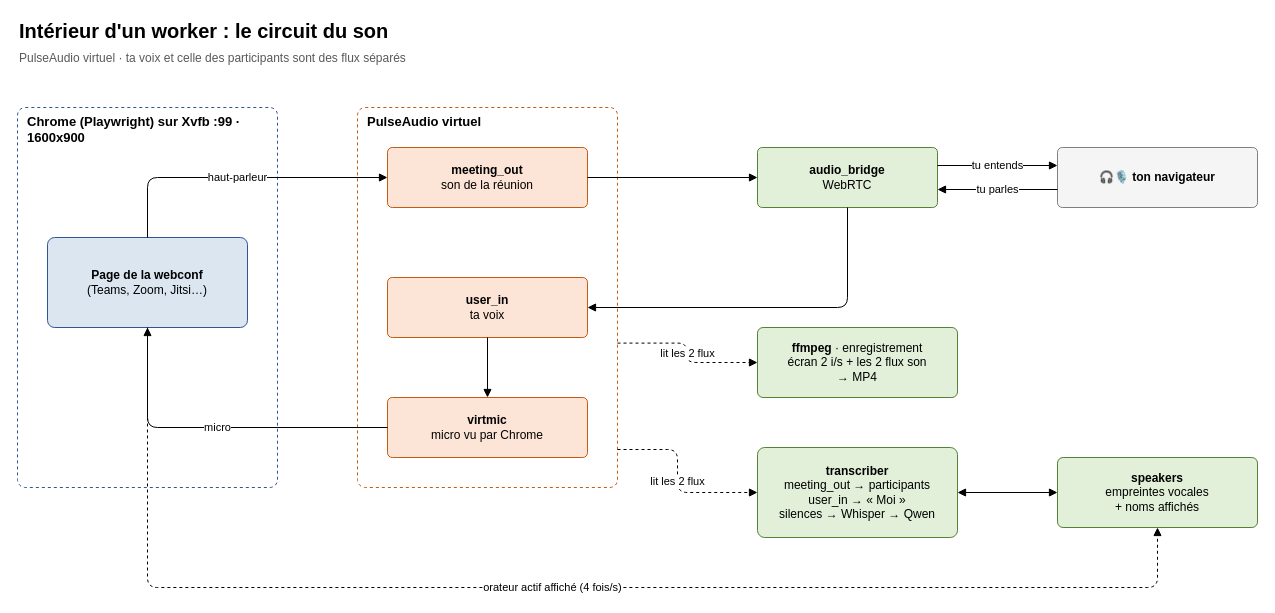
VincentMorhet/OmniConf keeps this draw.io diagram as page "2. Circuit du son (worker)" (2 of 3) of docs/architecture.drawio. Above is the earlier version. Source tidied: cells renumbered, new cells numbered last; positions are measured from the earlier drawing's top-left corner, leaving out a move shared by most shapes. Both pictures are drawn from the tidied source at 100%, with x=0, y=0 at pixel (17, 17).
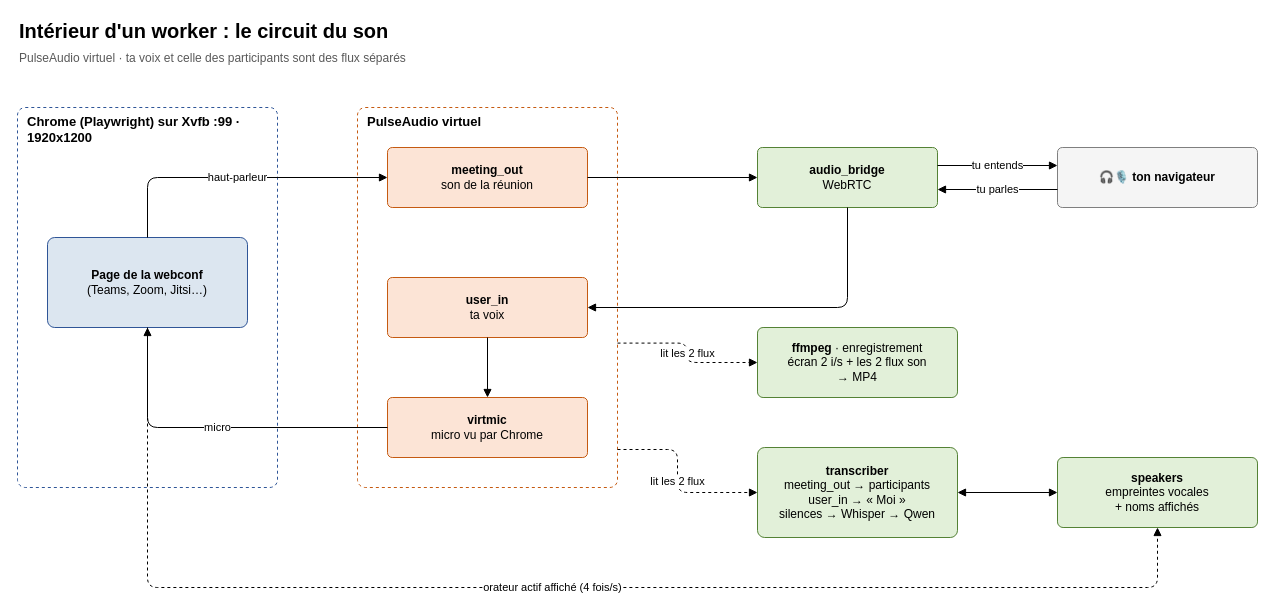
The same page after the edit.

Diff of the diagram source:
```diff
@@
-    <mxCell id="3" value="Chrome (Playwright) sur Xvfb :99 · 1600x900" style="rounded=1;whiteSpace=wrap;html=1;arcSize=3;dashed=1;fontSize=13;fontStyle=1;verticalAlign=top;align=left;spacingLeft=8;fillColor=none;strokeColor=#2F5597;" parent="1" vertex="1">
+    <mxCell id="3" value="Chrome (Playwright) sur Xvfb :99 · 1920x1200" style="rounded=1;whiteSpace=wrap;html=1;arcSize=3;dashed=1;fontSize=13;fontStyle=1;verticalAlign=top;align=left;spacingLeft=8;fillColor=none;strokeColor=#2F5597;" parent="1" vertex="1">
       <mxGeometry y="90" width="260" height="380" as="geometry" />
     </mxCell>
```
